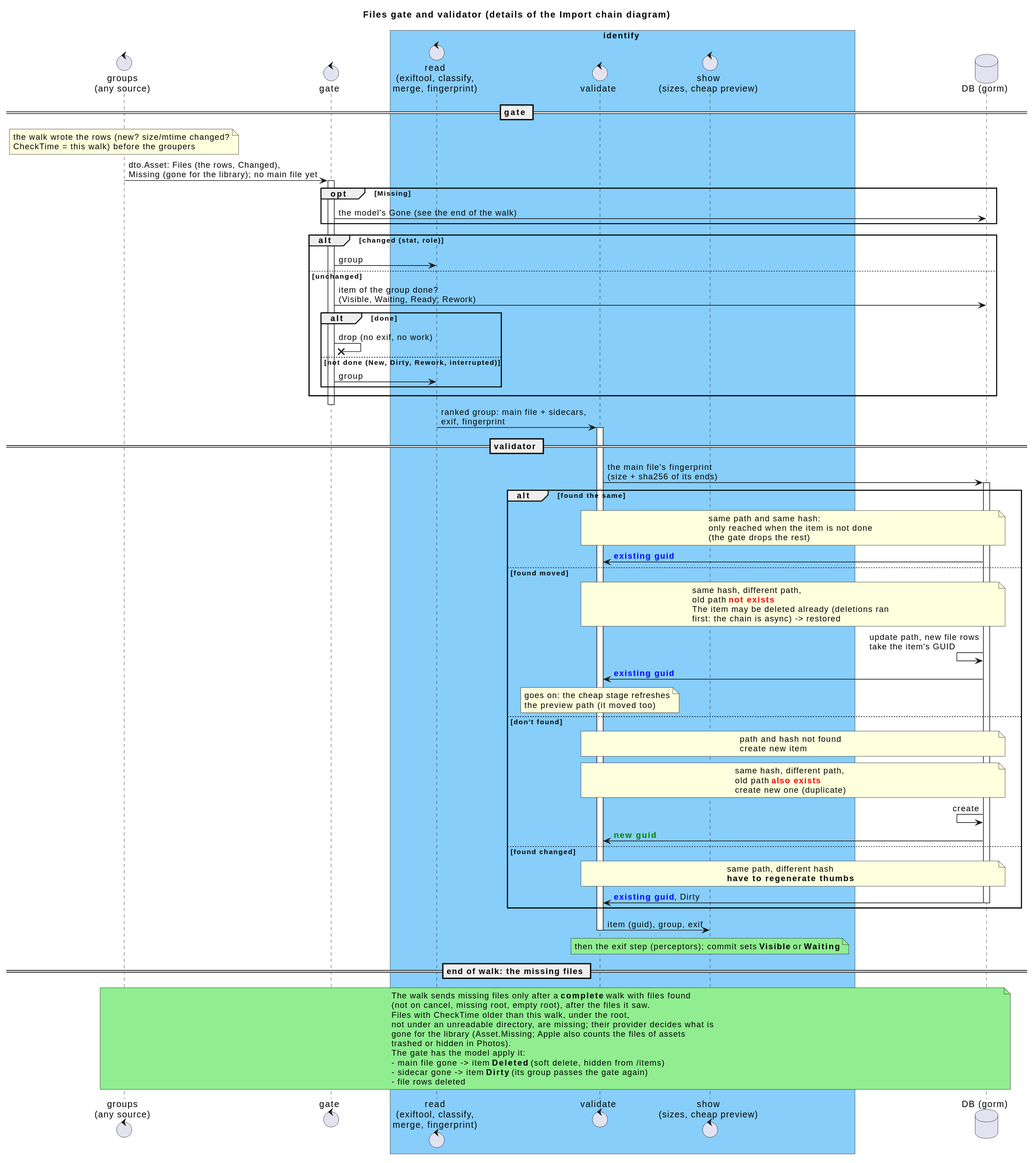
Before: _sb/diagrams/Walker and validating.svg, a diagram exported from PlantUML (eggs-gd/Perceptrail).
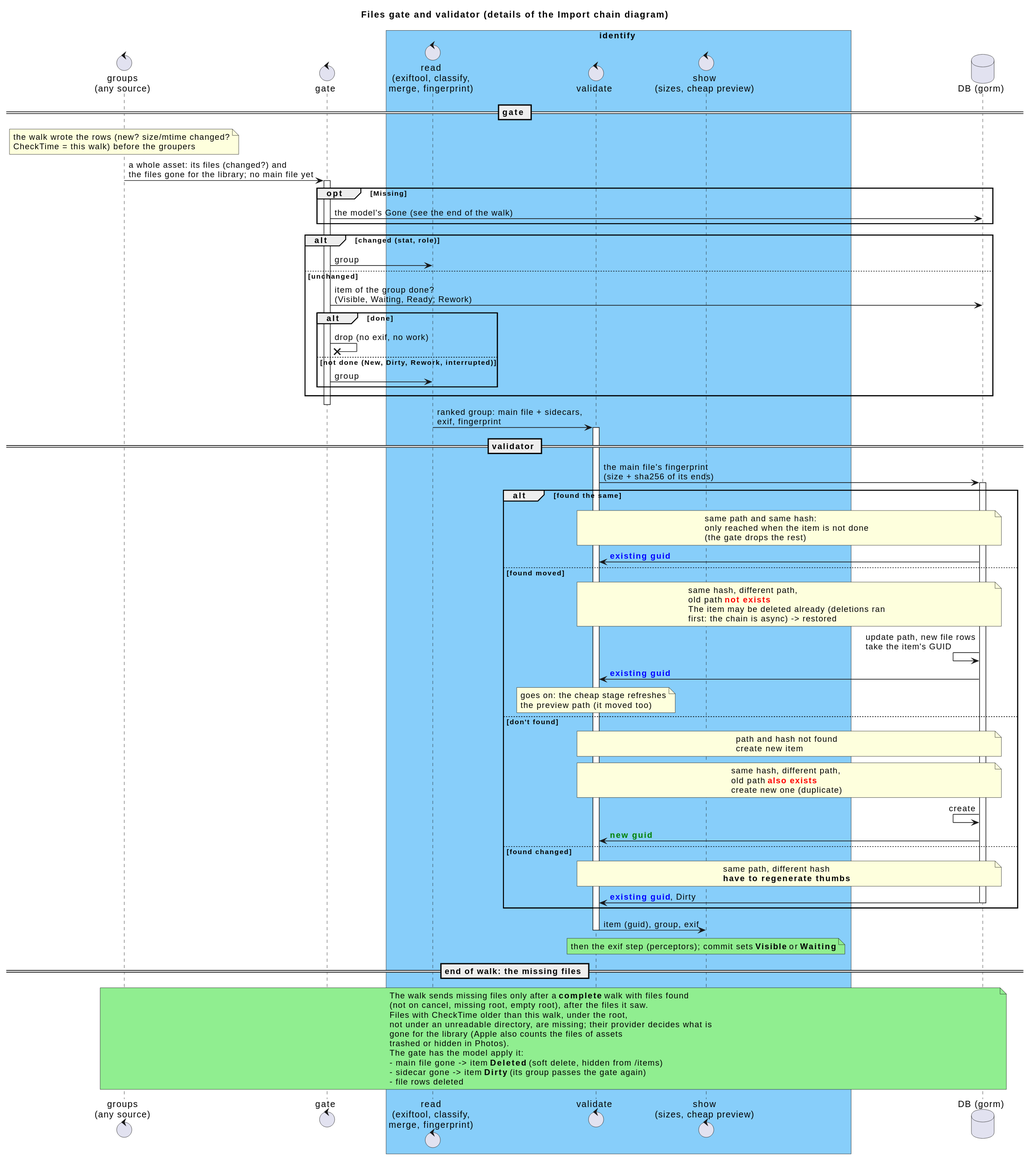
Above is the later version.

Change to the diagram source:
```diff
@@ -15,7 +15,7 @@
 == gate ==
 
 note over Groups: the walk wrote the rows (new? size/mtime changed?\nCheckTime = this walk) before the groupers
-Groups -> Gate: dto.Asset: Files (the rows, Changed),\nMissing (gone for the library); no main file yet
+Groups -> Gate: a whole asset: its files (changed?) and\nthe files gone for the library; no main file yet
 activate Gate
 opt Missing
     Gate -> DB: the model's Gone (see the end of the walk)
@@ -92,7 +92,7 @@
 (not on cancel, missing root, empty root), after the files it saw.
 Files with CheckTime older than this walk, under the root,
 not under an unreadable directory, are missing; their provider decides what is
-gone for the library (Asset.Missing; Apple also counts the files of assets
+gone for the library (Apple also counts the files of assets
 trashed or hidden in Photos).
 The gate has the model apply it:
 - main file gone -> item <b>Deleted</b> (soft delete, hidden from /items)
```
